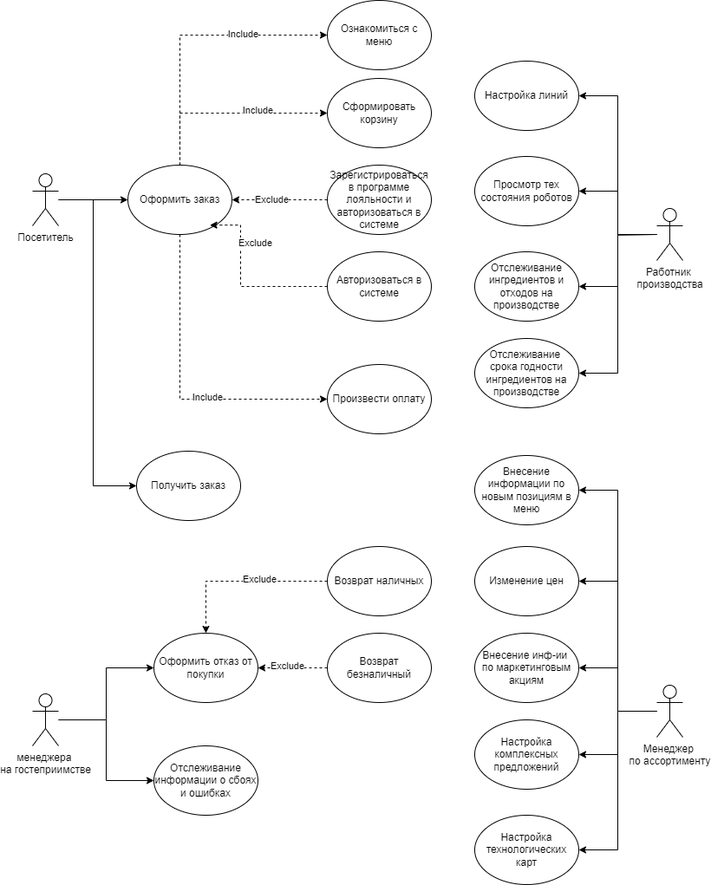
This is images/UseCase.png from Mimitrii/RoboPoint, a draw.io export, as it was before one commit. Source tidied: cells renumbered, new cells last; positions are measured from the earlier drawing's top-left corner, leaving out a move shared by most shapes.
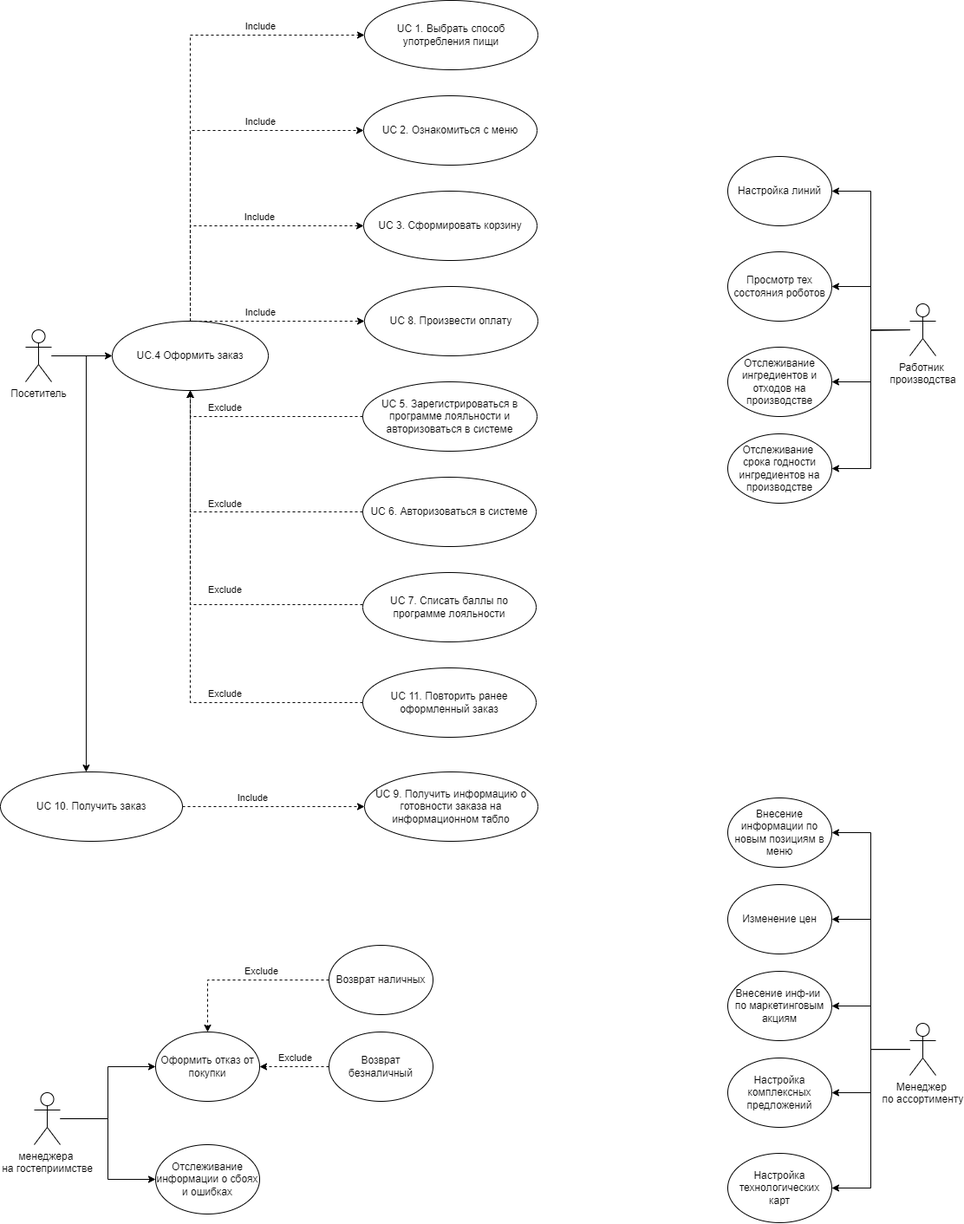
After the commit.

Diff of the diagram source:
```diff
@@ -2,19 +2,18 @@
   <root>
     <mxCell id="0" />
     <mxCell id="1" parent="0" />
-    <mxCell id="2" style="edgeStyle=orthogonalEdgeStyle;rounded=0;jettySize=auto;html=1;entryX=0;entryY=0.5;entryDx=0;entryDy=0;" parent="1" edge="1" source="3" target="23">
+    <mxCell id="2" style="edgeStyle=orthogonalEdgeStyle;rounded=0;jettySize=auto;html=1;" parent="1" edge="1" source="3" target="23">
       <mxGeometry relative="1" as="geometry">
         <Array as="points">
-          <mxPoint x="70" y="230" />
-          <mxPoint x="70" y="560" />
+          <mxPoint x="80" y="420" />
         </Array>
       </mxGeometry>
     </mxCell>
     <mxCell id="3" value="Посетитель" style="shape=umlActor;verticalLabelPosition=bottom;verticalAlign=top;html=1;outlineConnect=0;" parent="1" vertex="1">
-      <mxGeometry y="200" width="30" height="60" as="geometry" />
+      <mxGeometry x="10" y="390" width="30" height="60" as="geometry" />
     </mxCell>
-    <mxCell id="4" value="Ознакомиться с меню" style="ellipse;whiteSpace=wrap;html=1;" parent="1" vertex="1">
-      <mxGeometry x="340" width="120" height="80" as="geometry" />
+    <mxCell id="4" value="UC 2. Ознакомиться с меню" style="ellipse;whiteSpace=wrap;html=1;" parent="1" vertex="1">
+      <mxGeometry x="400" y="120" width="200" height="80" as="geometry" />
     </mxCell>
     <mxCell id="5" style="edgeStyle=orthogonalEdgeStyle;rounded=0;jettySize=auto;html=1;entryX=0;entryY=0.5;entryDx=0;entryDy=0;" parent="1" edge="1" source="7" target="24">
       <mxGeometry relative="1" as="geometry" />
@@ -23,103 +22,101 @@
       <mxGeometry relative="1" as="geometry" />
     </mxCell>
     <mxCell id="7" value="менеджера&amp;nbsp;&lt;div&gt;на гостеприимстве&lt;/div&gt;" style="shape=umlActor;verticalLabelPosition=bottom;verticalAlign=top;html=1;outlineConnect=0;" parent="1" vertex="1">
-      <mxGeometry y="800" width="30" height="60" as="geometry" />
+      <mxGeometry x="20" y="1270" width="30" height="60" as="geometry" />
     </mxCell>
     <mxCell id="8" style="edgeStyle=orthogonalEdgeStyle;rounded=0;jettySize=auto;html=1;entryX=1;entryY=0.5;entryDx=0;entryDy=0;" parent="1" edge="1" source="9" target="32">
       <mxGeometry relative="1" as="geometry" />
     </mxCell>
     <mxCell id="9" value="Работник&amp;nbsp;&lt;div&gt;производства&lt;/div&gt;" style="shape=umlActor;verticalLabelPosition=bottom;verticalAlign=top;html=1;outlineConnect=0;" parent="1" vertex="1">
-      <mxGeometry x="720" y="240" width="30" height="60" as="geometry" />
+      <mxGeometry x="1030" y="360" width="30" height="60" as="geometry" />
     </mxCell>
     <mxCell id="10" style="edgeStyle=orthogonalEdgeStyle;rounded=0;jettySize=auto;html=1;entryX=0;entryY=0.5;entryDx=0;entryDy=0;dashed=1;exitX=0.5;exitY=0;exitDx=0;exitDy=0;" parent="1" edge="1" source="16" target="4">
       <mxGeometry relative="1" as="geometry" />
     </mxCell>
     <mxCell id="11" value="Include" style="edgeLabel;html=1;align=center;verticalAlign=middle;" parent="10" vertex="1">
-      <mxGeometry x="0.39" y="1" relative="1" as="geometry" />
+      <mxGeometry x="0.39" y="1" relative="1" as="geometry">
+        <mxPoint x="8" y="-9" as="offset" />
+      </mxGeometry>
     </mxCell>
-    <mxCell id="12" style="edgeStyle=orthogonalEdgeStyle;rounded=0;jettySize=auto;html=1;dashed=1;" parent="1" edge="1" source="16" target="18">
+    <mxCell id="12" style="edgeStyle=orthogonalEdgeStyle;rounded=0;jettySize=auto;html=1;dashed=1;entryX=0;entryY=0.5;entryDx=0;entryDy=0;" parent="1" edge="1" source="16" target="18">
       <mxGeometry relative="1" as="geometry">
         <Array as="points">
-          <mxPoint x="170" y="130" />
+          <mxPoint x="200" y="270" />
         </Array>
       </mxGeometry>
     </mxCell>
     <mxCell id="13" value="Include" style="edgeLabel;html=1;align=center;verticalAlign=middle;" parent="12" vertex="1">
-      <mxGeometry x="0.3" y="3" relative="1" as="geometry" />
+      <mxGeometry x="0.3" y="3" relative="1" as="geometry">
+        <mxPoint x="-11" y="-7" as="offset" />
+      </mxGeometry>
     </mxCell>
-    <mxCell id="14" style="edgeStyle=orthogonalEdgeStyle;rounded=0;jettySize=auto;html=1;entryX=0;entryY=0.5;entryDx=0;entryDy=0;dashed=1;" parent="1" edge="1" source="16" target="17">
+    <mxCell id="14" style="edgeStyle=orthogonalEdgeStyle;rounded=0;jettySize=auto;html=1;dashed=1;entryX=0;entryY=0.5;entryDx=0;entryDy=0;" parent="1" edge="1" source="16" target="17">
       <mxGeometry relative="1" as="geometry">
         <Array as="points">
-          <mxPoint x="170" y="460" />
+          <mxPoint x="300" y="380" />
+          <mxPoint x="300" y="380" />
         </Array>
       </mxGeometry>
     </mxCell>
     <mxCell id="15" value="Include" style="edgeLabel;html=1;align=center;verticalAlign=middle;" parent="14" vertex="1">
-      <mxGeometry x="0.23" y="2" relative="1" as="geometry" />
+      <mxGeometry x="0.23" y="2" relative="1" as="geometry">
+        <mxPoint x="-44" y="-8" as="offset" />
+      </mxGeometry>
     </mxCell>
-    <mxCell id="16" value="&lt;div&gt;Оформить заказ&lt;/div&gt;" style="ellipse;whiteSpace=wrap;html=1;" parent="1" vertex="1">
-      <mxGeometry x="110" y="190" width="120" height="80" as="geometry" />
+    <mxCell id="16" value="&lt;div&gt;UC.4 Оформить заказ&lt;/div&gt;" style="ellipse;whiteSpace=wrap;html=1;" parent="1" vertex="1">
+      <mxGeometry x="110" y="380" width="180" height="80" as="geometry" />
     </mxCell>
-    <mxCell id="17" value="Произвести оплату" style="ellipse;whiteSpace=wrap;html=1;" parent="1" vertex="1">
-      <mxGeometry x="340" y="420" width="120" height="80" as="geometry" />
+    <mxCell id="17" value="UC 8. Произвести оплату" style="ellipse;whiteSpace=wrap;html=1;" parent="1" vertex="1">
+      <mxGeometry x="401" y="340" width="200" height="80" as="geometry" />
     </mxCell>
-    <mxCell id="18" value="Сформировать корзину" style="ellipse;whiteSpace=wrap;html=1;" parent="1" vertex="1">
-      <mxGeometry x="340" y="90" width="120" height="80" as="geometry" />
+    <mxCell id="18" value="UC 3. Сформировать корзину" style="ellipse;whiteSpace=wrap;html=1;" parent="1" vertex="1">
+      <mxGeometry x="400" y="230" width="200" height="80" as="geometry" />
     </mxCell>
     <mxCell id="19" style="edgeStyle=orthogonalEdgeStyle;rounded=0;jettySize=auto;html=1;entryX=0;entryY=0.5;entryDx=0;entryDy=0;" parent="1" edge="1" source="3" target="16">
       <mxGeometry relative="1" as="geometry" />
     </mxCell>
-    <mxCell id="20" style="edgeStyle=orthogonalEdgeStyle;rounded=0;jettySize=auto;html=1;entryX=1;entryY=0.5;entryDx=0;entryDy=0;dashed=1;" parent="1" edge="1" source="22" target="16">
-      <mxGeometry relative="1" as="geometry">
-        <Array as="points">
-          <mxPoint x="250" y="230" />
-          <mxPoint x="250" y="230" />
-        </Array>
-      </mxGeometry>
-    </mxCell>
-    <mxCell id="21" value="Exclude" style="edgeLabel;html=1;align=center;verticalAlign=middle;" parent="20" vertex="1">
-      <mxGeometry x="0.47" y="-1" relative="1" as="geometry">
-        <mxPoint x="16" y="1" as="offset" />
-      </mxGeometry>
-    </mxCell>
-    <mxCell id="22" value="Зарегистрироваться в программе лояльности и авторизоваться в системе" style="ellipse;whiteSpace=wrap;html=1;" parent="1" vertex="1">
-      <mxGeometry x="340" y="190" width="120" height="80" as="geometry" />
+    <mxCell id="22" value="UC 5. Зарегистрироваться в программе лояльности и авторизоваться в системе" style="ellipse;whiteSpace=wrap;html=1;" parent="1" vertex="1">
+      <mxGeometry x="399" y="450" width="201" height="80" as="geometry" />
     </mxCell>
-    <mxCell id="23" value="Получить заказ" style="ellipse;whiteSpace=wrap;html=1;" parent="1" vertex="1">
-      <mxGeometry x="120" y="520" width="120" height="80" as="geometry" />
+    <mxCell id="23" value="UC 10. Получить заказ" style="ellipse;whiteSpace=wrap;html=1;" parent="1" vertex="1">
+      <mxGeometry x="-19" y="900" width="210" height="80" as="geometry" />
     </mxCell>
     <mxCell id="24" value="Оформить отказ от покупки" style="ellipse;whiteSpace=wrap;html=1;" parent="1" vertex="1">
-      <mxGeometry x="140" y="730" width="120" height="80" as="geometry" />
+      <mxGeometry x="160" y="1200" width="120" height="80" as="geometry" />
     </mxCell>
     <mxCell id="25" style="edgeStyle=orthogonalEdgeStyle;rounded=0;jettySize=auto;html=1;dashed=1;" parent="1" edge="1" source="27" target="24">
       <mxGeometry relative="1" as="geometry" />
     </mxCell>
     <mxCell id="26" value="Exclude" style="edgeLabel;html=1;align=center;verticalAlign=middle;" parent="25" vertex="1">
-      <mxGeometry x="-0.22" y="-2" relative="1" as="geometry" />
+      <mxGeometry x="-0.22" y="-2" relative="1" as="geometry">
+        <mxPoint y="-8" as="offset" />
+      </mxGeometry>
     </mxCell>
     <mxCell id="27" value="Возврат наличных" style="ellipse;whiteSpace=wrap;html=1;" parent="1" vertex="1">
-      <mxGeometry x="340" y="630" width="120" height="80" as="geometry" />
+      <mxGeometry x="360" y="1100" width="120" height="80" as="geometry" />
     </mxCell>
     <mxCell id="28" style="edgeStyle=orthogonalEdgeStyle;rounded=0;jettySize=auto;html=1;dashed=1;" parent="1" edge="1" source="30" target="24">
       <mxGeometry relative="1" as="geometry" />
     </mxCell>
     <mxCell id="29" value="Exclude" style="edgeLabel;html=1;align=center;verticalAlign=middle;" parent="28" vertex="1">
-      <mxGeometry x="0.16" y="-2" relative="1" as="geometry" />
+      <mxGeometry x="0.16" y="-2" relative="1" as="geometry">
+        <mxPoint x="7" y="-8" as="offset" />
+      </mxGeometry>
     </mxCell>
     <mxCell id="30" value="Возврат безналичный" style="ellipse;whiteSpace=wrap;html=1;" parent="1" vertex="1">
-      <mxGeometry x="340" y="730" width="120" height="80" as="geometry" />
+      <mxGeometry x="360" y="1200" width="120" height="80" as="geometry" />
     </mxCell>
     <mxCell id="31" value="Отслеживание информации о сбоях и ошибках" style="ellipse;whiteSpace=wrap;html=1;" parent="1" vertex="1">
-      <mxGeometry x="140" y="860" width="120" height="80" as="geometry" />
+      <mxGeometry x="160" y="1330" width="120" height="80" as="geometry" />
     </mxCell>
     <mxCell id="32" value="Просмотр тех состояния роботов" style="ellipse;whiteSpace=wrap;html=1;" parent="1" vertex="1">
-      <mxGeometry x="510" y="180" width="120" height="80" as="geometry" />
+      <mxGeometry x="820" y="300" width="120" height="80" as="geometry" />
     </mxCell>
     <mxCell id="33" style="edgeStyle=orthogonalEdgeStyle;rounded=0;jettySize=auto;html=1;entryX=1;entryY=0.5;entryDx=0;entryDy=0;" parent="1" edge="1" source="38" target="39">
       <mxGeometry relative="1" as="geometry">
         <Array as="points">
-          <mxPoint x="675" y="820" />
-          <mxPoint x="675" y="670" />
+          <mxPoint x="985" y="1220" />
+          <mxPoint x="985" y="1070" />
         </Array>
       </mxGeometry>
     </mxCell>
@@ -136,66 +133,133 @@
       <mxGeometry relative="1" as="geometry" />
     </mxCell>
     <mxCell id="38" value="Менеджер&amp;nbsp;&lt;div&gt;&lt;span style=&quot;background-color: initial;&quot;&gt;по ассортименту&lt;/span&gt;&lt;br&gt;&lt;/div&gt;" style="shape=umlActor;verticalLabelPosition=bottom;verticalAlign=top;html=1;outlineConnect=0;" parent="1" vertex="1">
-      <mxGeometry x="720" y="790" width="30" height="60" as="geometry" />
+      <mxGeometry x="1030" y="1190" width="30" height="60" as="geometry" />
     </mxCell>
     <mxCell id="39" value="Изменение цен" style="ellipse;whiteSpace=wrap;html=1;" parent="1" vertex="1">
-      <mxGeometry x="510" y="630" width="120" height="80" as="geometry" />
+      <mxGeometry x="820" y="1030" width="120" height="80" as="geometry" />
     </mxCell>
     <mxCell id="40" value="Внесение инф-ии&amp;nbsp;&lt;div&gt;по маркетинговым акциям&lt;/div&gt;" style="ellipse;whiteSpace=wrap;html=1;" parent="1" vertex="1">
-      <mxGeometry x="510" y="730" width="120" height="80" as="geometry" />
+      <mxGeometry x="820" y="1130" width="120" height="80" as="geometry" />
     </mxCell>
     <mxCell id="41" value="&lt;div&gt;Настройка&lt;/div&gt;&lt;div&gt;комплексных предложений&lt;/div&gt;" style="ellipse;whiteSpace=wrap;html=1;" parent="1" vertex="1">
-      <mxGeometry x="510" y="830" width="120" height="80" as="geometry" />
+      <mxGeometry x="820" y="1230" width="120" height="80" as="geometry" />
     </mxCell>
     <mxCell id="42" value="Настройка&lt;div&gt;технологических карт&lt;/div&gt;" style="ellipse;whiteSpace=wrap;html=1;" parent="1" vertex="1">
-      <mxGeometry x="510" y="940" width="120" height="80" as="geometry" />
+      <mxGeometry x="820" y="1340" width="120" height="80" as="geometry" />
     </mxCell>
     <mxCell id="43" value="Внесение информации по новым позициям в меню" style="ellipse;whiteSpace=wrap;html=1;" parent="1" vertex="1">
-      <mxGeometry x="510" y="525" width="120" height="80" as="geometry" />
+      <mxGeometry x="820" y="930" width="120" height="80" as="geometry" />
     </mxCell>
-    <mxCell id="44" value="Авторизоваться в системе" style="ellipse;whiteSpace=wrap;html=1;" parent="1" vertex="1">
-      <mxGeometry x="340" y="290" width="120" height="80" as="geometry" />
+    <mxCell id="44" value="UC 6.&amp;nbsp;Авторизоваться в системе" style="ellipse;whiteSpace=wrap;html=1;" parent="1" vertex="1">
+      <mxGeometry x="399" y="560" width="200" height="80" as="geometry" />
     </mxCell>
-    <mxCell id="45" style="edgeStyle=orthogonalEdgeStyle;rounded=0;jettySize=auto;html=1;entryX=0.788;entryY=0.865;entryDx=0;entryDy=0;dashed=1;exitX=0;exitY=0.5;exitDx=0;exitDy=0;entryPerimeter=0;" parent="1" edge="1" source="44" target="16">
+    <mxCell id="45" style="edgeStyle=orthogonalEdgeStyle;rounded=0;jettySize=auto;html=1;dashed=1;exitX=0;exitY=0.5;exitDx=0;exitDy=0;entryX=0.5;entryY=1;entryDx=0;entryDy=0;" parent="1" edge="1" source="44" target="16">
       <mxGeometry relative="1" as="geometry">
         <Array as="points">
-          <mxPoint x="240" y="330" />
-          <mxPoint x="240" y="259" />
+          <mxPoint x="200" y="600" />
         </Array>
       </mxGeometry>
     </mxCell>
     <mxCell id="46" value="Exclude" style="edgeLabel;html=1;align=center;verticalAlign=middle;" parent="45" vertex="1">
       <mxGeometry x="0.47" y="-1" relative="1" as="geometry">
-        <mxPoint x="16" y="1" as="offset" />
+        <mxPoint x="39" y="-70" as="offset" />
       </mxGeometry>
     </mxCell>
     <mxCell id="47" value="Настройка линий" style="ellipse;whiteSpace=wrap;html=1;" parent="1" vertex="1">
-      <mxGeometry x="510" y="70" width="120" height="80" as="geometry" />
+      <mxGeometry x="820" y="190" width="120" height="80" as="geometry" />
     </mxCell>
     <mxCell id="48" style="edgeStyle=orthogonalEdgeStyle;rounded=0;jettySize=auto;html=1;entryX=1;entryY=0.5;entryDx=0;entryDy=0;" parent="1" edge="1" target="47">
       <mxGeometry relative="1" as="geometry">
-        <mxPoint x="720" y="270" as="sourcePoint" />
+        <mxPoint x="1030" y="390" as="sourcePoint" />
         <Array as="points">
-          <mxPoint x="675" y="270" />
-          <mxPoint x="675" y="110" />
+          <mxPoint x="985" y="390" />
+          <mxPoint x="985" y="230" />
         </Array>
       </mxGeometry>
     </mxCell>
     <mxCell id="49" value="Отслеживание ингредиентов и отходов на производстве" style="ellipse;whiteSpace=wrap;html=1;" parent="1" vertex="1">
-      <mxGeometry x="510" y="290" width="120" height="80" as="geometry" />
+      <mxGeometry x="820" y="410" width="120" height="80" as="geometry" />
     </mxCell>
     <mxCell id="50" value="Отслеживание&amp;nbsp;&lt;div&gt;срока годности ингредиентов на производстве&lt;/div&gt;" style="ellipse;whiteSpace=wrap;html=1;" parent="1" vertex="1">
-      <mxGeometry x="510" y="390" width="120" height="80" as="geometry" />
+      <mxGeometry x="820" y="510" width="120" height="80" as="geometry" />
     </mxCell>
     <mxCell id="51" style="edgeStyle=orthogonalEdgeStyle;rounded=0;jettySize=auto;html=1;entryX=1;entryY=0.5;entryDx=0;entryDy=0;" parent="1" edge="1" target="49">
       <mxGeometry relative="1" as="geometry">
-        <mxPoint x="720" y="270" as="sourcePoint" />
+        <mxPoint x="1030" y="390" as="sourcePoint" />
       </mxGeometry>
     </mxCell>
     <mxCell id="52" style="edgeStyle=orthogonalEdgeStyle;rounded=0;jettySize=auto;html=1;entryX=1;entryY=0.5;entryDx=0;entryDy=0;" parent="1" edge="1" target="50">
       <mxGeometry relative="1" as="geometry">
-        <mxPoint x="720" y="270" as="sourcePoint" />
+        <mxPoint x="1030" y="390" as="sourcePoint" />
       </mxGeometry>
     </mxCell>
+    <mxCell id="53" value="UC 7. Списать баллы по программе лояльности" style="ellipse;whiteSpace=wrap;html=1;" parent="1" vertex="1">
+      <mxGeometry x="399" y="670" width="200" height="80" as="geometry" />
+    </mxCell>
+    <mxCell id="54" style="edgeStyle=orthogonalEdgeStyle;rounded=0;jettySize=auto;html=1;dashed=1;exitX=0;exitY=0.462;exitDx=0;exitDy=0;exitPerimeter=0;entryX=0.5;entryY=1;entryDx=0;entryDy=0;" parent="1" edge="1" source="53" target="16">
+      <mxGeometry relative="1" as="geometry">
+        <Array as="points">
+          <mxPoint x="200" y="707" />
+        </Array>
+      </mxGeometry>
+    </mxCell>
+    <mxCell id="55" value="Exclude" style="edgeLabel;html=1;align=center;verticalAlign=middle;" parent="54" vertex="1">
+      <mxGeometry x="0.47" y="-1" relative="1" as="geometry">
+        <mxPoint x="39" y="12" as="offset" />
+      </mxGeometry>
+    </mxCell>
+    <mxCell id="56" value="UC 9. Получить информацию о готовности заказа на информационном табло" style="ellipse;whiteSpace=wrap;html=1;" parent="1" vertex="1">
+      <mxGeometry x="401" y="900" width="200" height="80" as="geometry" />
+    </mxCell>
+    <mxCell id="57" style="edgeStyle=orthogonalEdgeStyle;rounded=0;jettySize=auto;html=1;dashed=1;entryX=0;entryY=0.5;entryDx=0;entryDy=0;" parent="1" edge="1" source="23" target="56">
+      <mxGeometry relative="1" as="geometry" />
+    </mxCell>
+    <mxCell id="58" value="Include" style="edgeLabel;html=1;align=center;verticalAlign=middle;" parent="57" vertex="1">
+      <mxGeometry x="0.23" y="2" relative="1" as="geometry">
+        <mxPoint x="-49" y="-8" as="offset" />
+      </mxGeometry>
+    </mxCell>
+    <mxCell id="59" value="UC 1. Выбрать способ употребления пищи" style="ellipse;whiteSpace=wrap;html=1;" parent="1" vertex="1">
+      <mxGeometry x="401" y="10" width="200" height="80" as="geometry" />
+    </mxCell>
+    <mxCell id="60" style="edgeStyle=orthogonalEdgeStyle;rounded=0;jettySize=auto;html=1;dashed=1;exitX=0.5;exitY=0;exitDx=0;exitDy=0;entryX=0;entryY=0.5;entryDx=0;entryDy=0;" parent="1" edge="1" source="16" target="59">
+      <mxGeometry relative="1" as="geometry">
+        <Array as="points">
+          <mxPoint x="200" y="50" />
+        </Array>
+      </mxGeometry>
+    </mxCell>
+    <mxCell id="61" value="Include" style="edgeLabel;html=1;align=center;verticalAlign=middle;" parent="60" vertex="1">
+      <mxGeometry x="0.39" y="1" relative="1" as="geometry">
+        <mxPoint x="41" y="-9" as="offset" />
+      </mxGeometry>
+    </mxCell>
+    <mxCell id="62" value="UC 11. Повторить ранее оформленный заказ" style="ellipse;whiteSpace=wrap;html=1;" parent="1" vertex="1">
+      <mxGeometry x="399" y="780" width="200" height="80" as="geometry" />
+    </mxCell>
+    <mxCell id="63" style="edgeStyle=orthogonalEdgeStyle;rounded=0;jettySize=auto;html=1;dashed=1;exitX=0;exitY=0.5;exitDx=0;exitDy=0;" parent="1" edge="1" source="62" target="16">
+      <mxGeometry relative="1" as="geometry">
+        <Array as="points">
+          <mxPoint x="200" y="820" />
+        </Array>
+      </mxGeometry>
+    </mxCell>
+    <mxCell id="64" value="Exclude" style="edgeLabel;html=1;align=center;verticalAlign=middle;" parent="63" vertex="1">
+      <mxGeometry x="0.47" y="-1" relative="1" as="geometry">
+        <mxPoint x="39" y="82" as="offset" />
+      </mxGeometry>
+    </mxCell>
+    <mxCell id="20" style="edgeStyle=orthogonalEdgeStyle;rounded=0;jettySize=auto;html=1;dashed=1;exitX=0;exitY=0.5;exitDx=0;exitDy=0;entryX=0.5;entryY=1;entryDx=0;entryDy=0;" parent="1" edge="1" source="22" target="16">
+      <mxGeometry relative="1" as="geometry">
+        <Array as="points">
+          <mxPoint x="200" y="490" />
+        </Array>
+      </mxGeometry>
+    </mxCell>
+    <mxCell id="65" value="Exclude" style="edgeLabel;html=1;align=center;verticalAlign=middle;" parent="20" vertex="1">
+      <mxGeometry x="0.47" y="-1" relative="1" as="geometry">
+        <mxPoint x="9" y="321" as="offset" />
+      </mxGeometry>
+    </mxCell>
   </root>
 </mxGraphModel>
```
